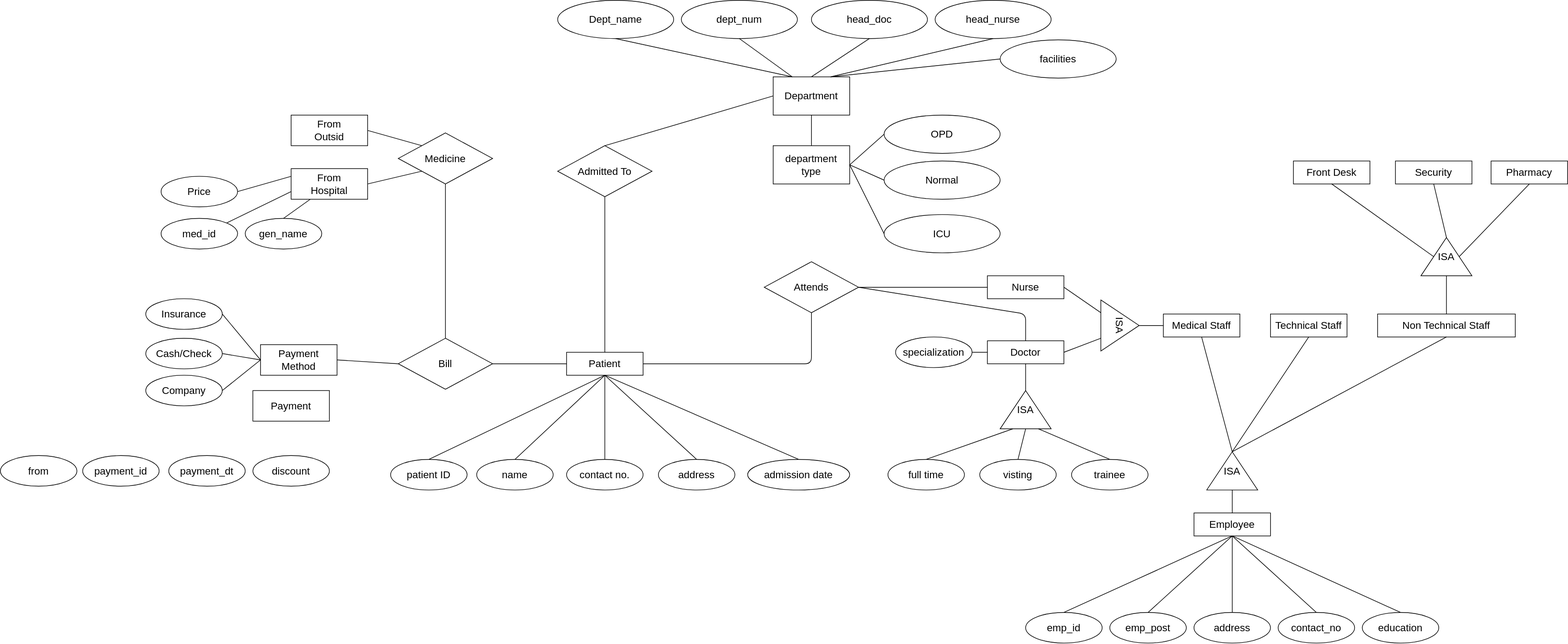
Above: er_dig_hospital_mgm_26_09_2020.svg in listout/drawio_digs (draw.io), before the change. Source tidied: cells renumbered, new cells last; positions are measured from the earlier drawing's top-left corner, leaving out a move shared by most shapes.
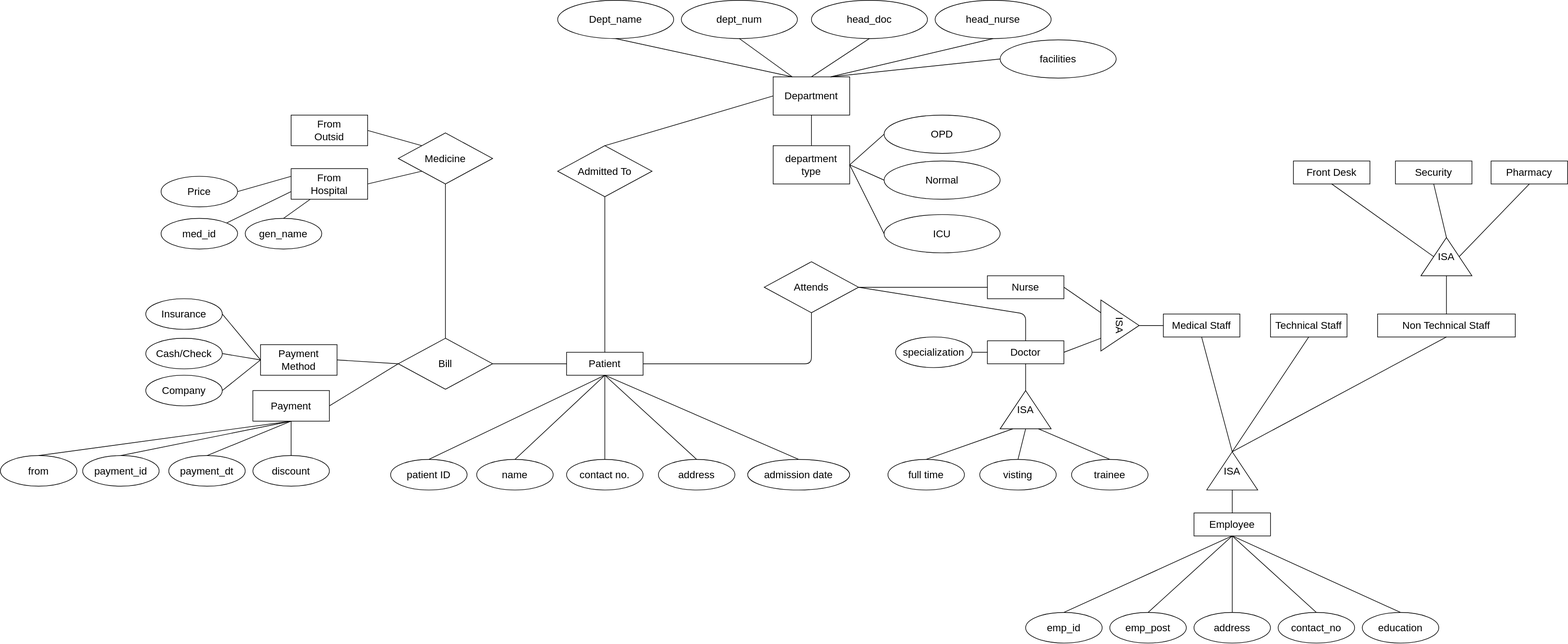
After the commit.

The edit, as a diff of the source:
```diff
@@ -331,5 +331,20 @@
     <mxCell id="108" value="from" style="ellipse;whiteSpace=wrap;html=1;fontSize=16;" parent="1" vertex="1">
       <mxGeometry y="714" width="120" height="48" as="geometry" />
     </mxCell>
+    <mxCell id="109" style="endArrow=none;html=1;fontSize=16;entryX=0;entryY=0.5;entryDx=0;entryDy=0;exitX=1;exitY=0.5;exitDx=0;exitDy=0;" parent="1" edge="1" source="104" target="80">
+      <mxGeometry relative="1" as="geometry" />
+    </mxCell>
+    <mxCell id="110" style="endArrow=none;html=1;fontSize=16;entryX=0.5;entryY=1;entryDx=0;entryDy=0;exitX=0.5;exitY=0;exitDx=0;exitDy=0;" parent="1" edge="1" source="107" target="104">
+      <mxGeometry relative="1" as="geometry" />
+    </mxCell>
+    <mxCell id="111" style="endArrow=none;html=1;fontSize=16;entryX=0.5;entryY=1;entryDx=0;entryDy=0;exitX=0.5;exitY=0;exitDx=0;exitDy=0;" parent="1" edge="1" source="106" target="104">
+      <mxGeometry relative="1" as="geometry" />
+    </mxCell>
+    <mxCell id="112" style="endArrow=none;html=1;fontSize=16;entryX=0.5;entryY=1;entryDx=0;entryDy=0;exitX=0.5;exitY=0;exitDx=0;exitDy=0;" parent="1" edge="1" source="105" target="104">
+      <mxGeometry relative="1" as="geometry" />
+    </mxCell>
+    <mxCell id="113" style="endArrow=none;html=1;fontSize=16;entryX=0.5;entryY=1;entryDx=0;entryDy=0;exitX=0.5;exitY=0;exitDx=0;exitDy=0;" parent="1" edge="1" source="108" target="104">
+      <mxGeometry relative="1" as="geometry" />
+    </mxCell>
   </root>
 </mxGraphModel>
```
